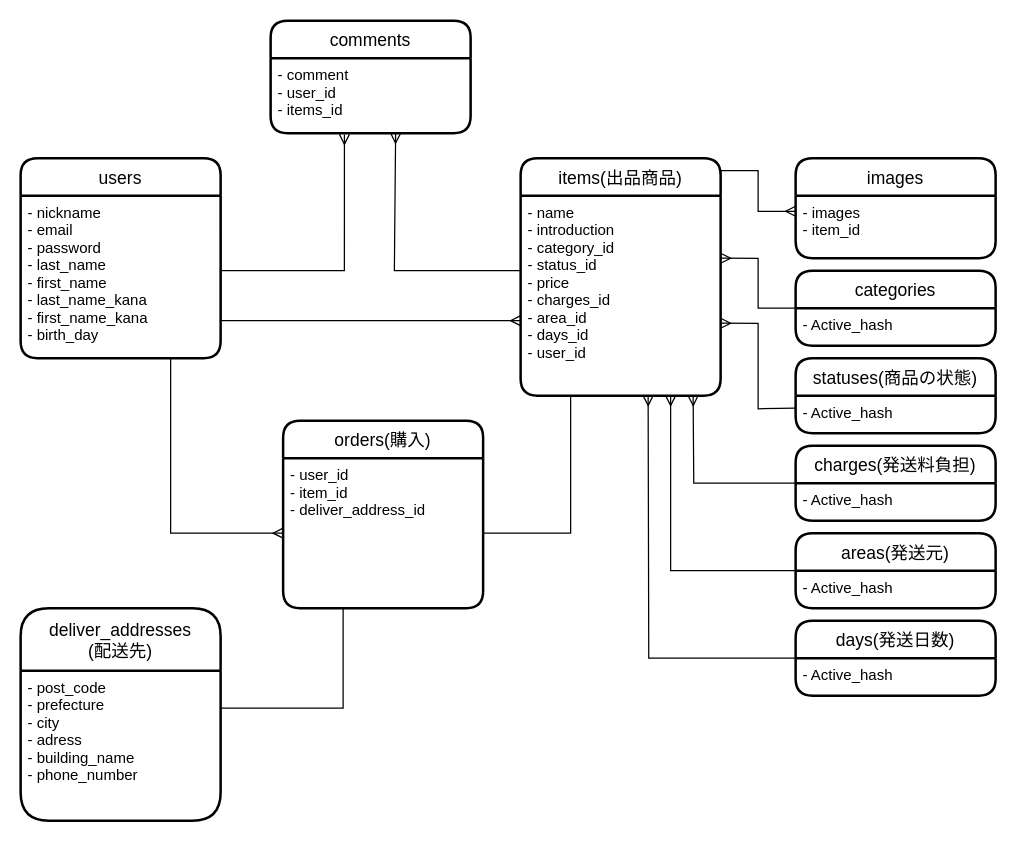
Earlier version of the draw.io diagram app/views/er.dio (cochimu/furima-32070). Source tidied: cells renumbered, new cells numbered last; positions are measured from the earlier drawing's top-left corner, leaving out a move shared by most shapes. Both pictures are drawn from the tidied source at 125%, with x=0, y=0 at pixel (20, 20).
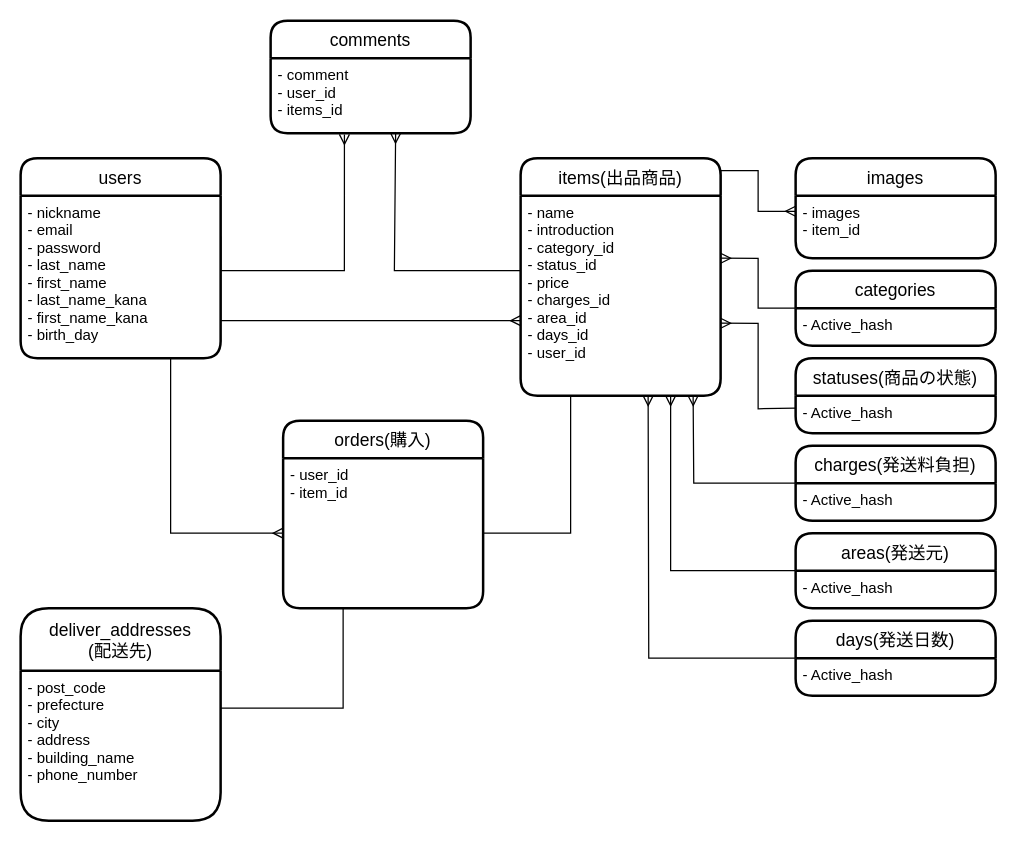
The same diagram, later.

Unchanged cells that the change refers to:
```xml
<mxCell id="25" value="orders(購入)" style="swimlane;horizontal=1;startSize=30;rounded=1;fontSize=14;fontStyle=0;strokeWidth=2;shadow=0;dashed=0;align=center;" parent="1" vertex="1">
  <mxGeometry x="210" y="320" width="160" height="150" as="geometry" />
</mxCell>
<mxCell id="31" value="deliver_addresses&#10;(配送先)" style="swimlane;horizontal=1;startSize=50;rounded=1;fontSize=14;fontStyle=0;strokeWidth=2;shadow=0;dashed=0;align=center;" parent="1" vertex="1">
  <mxGeometry y="470" width="160" height="170" as="geometry" />
</mxCell>
```

Diff of the diagram source:
```diff
@@
-    <mxCell id="26" value="- user_id&#10;- item_id&#10;- deliver_address_id&#10;" style="align=left;strokeColor=none;fillColor=none;spacingLeft=4;fontSize=12;verticalAlign=top;" parent="25" vertex="1">
+    <mxCell id="26" value="- user_id&#10;- item_id" style="align=left;strokeColor=none;fillColor=none;spacingLeft=4;fontSize=12;verticalAlign=top;" parent="25" vertex="1">
       <mxGeometry y="30" width="160" height="120" as="geometry" />
     </mxCell>
@@
-    <mxCell id="32" value="- post_code&#10;- prefecture&#10;- city&#10;- adress&#10;- building_name&#10;- phone_number" style="align=left;strokeColor=none;fillColor=none;spacingLeft=4;fontSize=12;verticalAlign=top;" parent="31" vertex="1">
+    <mxCell id="32" value="- post_code&#10;- prefecture&#10;- city&#10;- address&#10;- building_name&#10;- phone_number" style="align=left;strokeColor=none;fillColor=none;spacingLeft=4;fontSize=12;verticalAlign=top;" parent="31" vertex="1">
       <mxGeometry y="50" width="160" height="120" as="geometry" />
     </mxCell>
```
